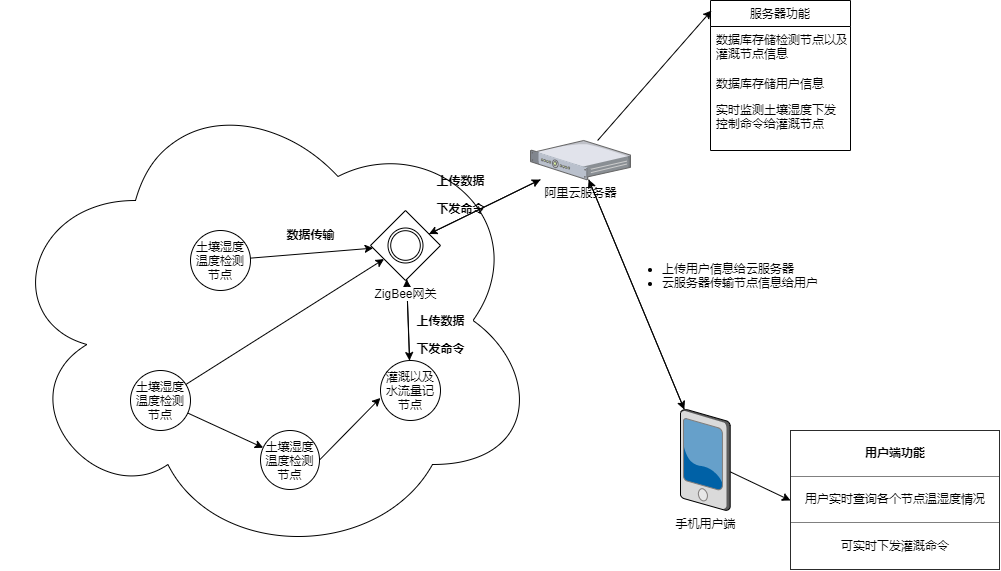
This is 精准灌溉方框图.png from jiejiehuang113/Precise-irrigation, a draw.io export, as it was before one commit. Source tidied: cells renumbered, new cells last; positions are measured from the earlier drawing's top-left corner, leaving out a move shared by most shapes.
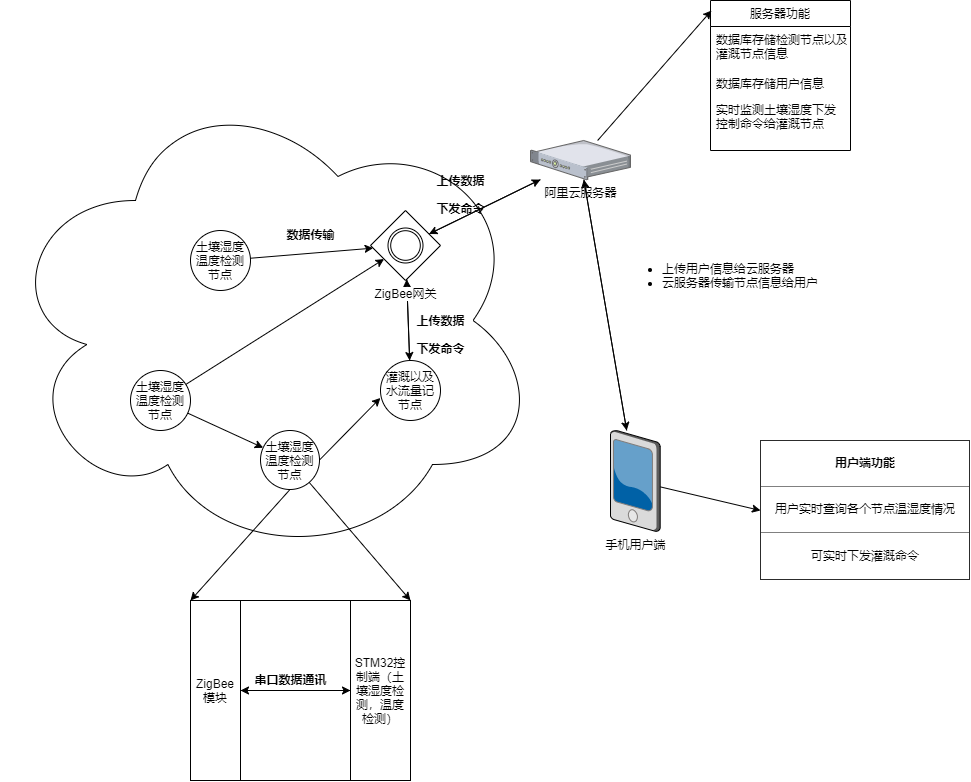
Later version of the same file.

Commit message:
更新精准灌溉方框图.png

What changed in the source:
```diff
@@ -2,6 +2,9 @@
   <root>
     <mxCell id="0" />
     <mxCell id="1" parent="0" />
+    <mxCell id="31" style="rounded=0;whiteSpace=wrap;html=1;fillColor=none;" parent="1" vertex="1">
+      <mxGeometry x="190" y="600" width="220" height="180" as="geometry" />
+    </mxCell>
     <mxCell id="2" style="ellipse;shape=cloud;whiteSpace=wrap;html=1;gradientColor=#ffffff;shadow=0;sketch=0;fillColor=none;" parent="1" vertex="1">
       <mxGeometry y="80" width="540" height="480" as="geometry" />
     </mxCell>
@@ -17,6 +20,12 @@
     <mxCell id="6" style="edgeStyle=none;rounded=0;jettySize=auto;html=1;exitX=1;exitY=0.5;exitDx=0;exitDy=0;entryX=-0.002;entryY=0.624;entryDx=0;entryDy=0;entryPerimeter=0;" parent="1" edge="1" source="7" target="9">
       <mxGeometry relative="1" as="geometry" />
     </mxCell>
+    <mxCell id="32" style="rounded=0;jettySize=auto;html=1;exitX=0.5;exitY=1;exitDx=0;exitDy=0;entryX=0;entryY=0;entryDx=0;entryDy=0;" parent="1" edge="1" source="7" target="31">
+      <mxGeometry relative="1" as="geometry" />
+    </mxCell>
+    <mxCell id="33" style="edgeStyle=none;rounded=0;jettySize=auto;html=1;entryX=1;entryY=0;entryDx=0;entryDy=0;" parent="1" edge="1" source="7" target="31">
+      <mxGeometry relative="1" as="geometry" />
+    </mxCell>
     <mxCell id="7" value="土壤湿度温度检测节点" style="ellipse;whiteSpace=wrap;html=1;shadow=0;sketch=0;fillColor=none;gradientColor=#ffffff;" parent="1" vertex="1">
       <mxGeometry x="260" y="430" width="59" height="59" as="geometry" />
     </mxCell>
@@ -66,7 +75,7 @@
       <mxGeometry relative="1" as="geometry" />
     </mxCell>
     <mxCell id="23" value="手机用户端" style="verticalLabelPosition=bottom;html=1;verticalAlign=top;strokeColor=none;align=center;outlineConnect=0;shape=mxgraph.citrix.pda;shadow=0;sketch=0;fillColor=none;gradientColor=#ffffff;rotation=0;" parent="1" vertex="1">
-      <mxGeometry x="680" y="409" width="49.7" height="101" as="geometry" />
+      <mxGeometry x="610" y="430" width="49.7" height="101" as="geometry" />
     </mxCell>
     <mxCell id="24" value="&lt;font style=&quot;font-size: 12px&quot;&gt;上传数据&lt;br&gt;下发命令&lt;br&gt;&lt;/font&gt;" style="text;strokeColor=none;fillColor=none;html=1;fontSize=24;fontStyle=1;verticalAlign=middle;align=center;shadow=0;sketch=0;" parent="1" vertex="1">
       <mxGeometry x="410" y="170" width="100" height="40" as="geometry" />
@@ -87,7 +96,22 @@
       <mxGeometry y="96" width="140" height="54" as="geometry" />
     </mxCell>
     <mxCell id="30" value="&lt;table border=&quot;1&quot; width=&quot;100%&quot; cellpadding=&quot;4&quot; style=&quot;width: 100% ; height: 100% ; border-collapse: collapse&quot;&gt;&lt;tbody&gt;&lt;tr&gt;&lt;th align=&quot;center&quot;&gt;用户端功能&lt;br&gt;&lt;/th&gt;&lt;/tr&gt;&lt;tr&gt;&lt;td align=&quot;center&quot;&gt;用户实时查询各个节点温湿度情况&lt;/td&gt;&lt;/tr&gt;&lt;tr&gt;&lt;td align=&quot;center&quot;&gt;可实时下发灌溉命令&lt;/td&gt;&lt;/tr&gt;&lt;/tbody&gt;&lt;/table&gt;" style="text;html=1;strokeColor=none;fillColor=none;overflow=fill;shadow=0;sketch=0;" parent="1" vertex="1">
-      <mxGeometry x="790" y="430" width="210" height="140" as="geometry" />
+      <mxGeometry x="760" y="440" width="210" height="140" as="geometry" />
     </mxCell>
+    <mxCell id="34" style="edgeStyle=none;rounded=0;jettySize=auto;html=1;" parent="1" edge="1" source="35" target="37">
+      <mxGeometry relative="1" as="geometry" />
+    </mxCell>
+    <mxCell id="35" value="ZigBee模块" style="rounded=0;whiteSpace=wrap;html=1;fillColor=none;" parent="1" vertex="1">
+      <mxGeometry x="190" y="600" width="50" height="180" as="geometry" />
+    </mxCell>
+    <mxCell id="36" style="edgeStyle=none;rounded=0;jettySize=auto;html=1;entryX=1;entryY=0.5;entryDx=0;entryDy=0;" parent="1" edge="1" source="37" target="35">
+      <mxGeometry relative="1" as="geometry" />
+    </mxCell>
+    <mxCell id="37" value="STM32控制端（土壤湿度检测，温度检测）" style="rounded=0;whiteSpace=wrap;html=1;fillColor=none;" parent="1" vertex="1">
+      <mxGeometry x="350" y="600" width="60" height="180" as="geometry" />
+    </mxCell>
+    <mxCell id="38" value="&lt;span style=&quot;font-size: 11px&quot;&gt;串口数据通讯&lt;/span&gt;" style="text;strokeColor=none;fillColor=none;html=1;fontSize=24;fontStyle=1;verticalAlign=middle;align=center;" parent="1" vertex="1">
+      <mxGeometry x="265" y="660" width="50" height="30" as="geometry" />
+    </mxCell>
   </root>
 </mxGraphModel>
```
